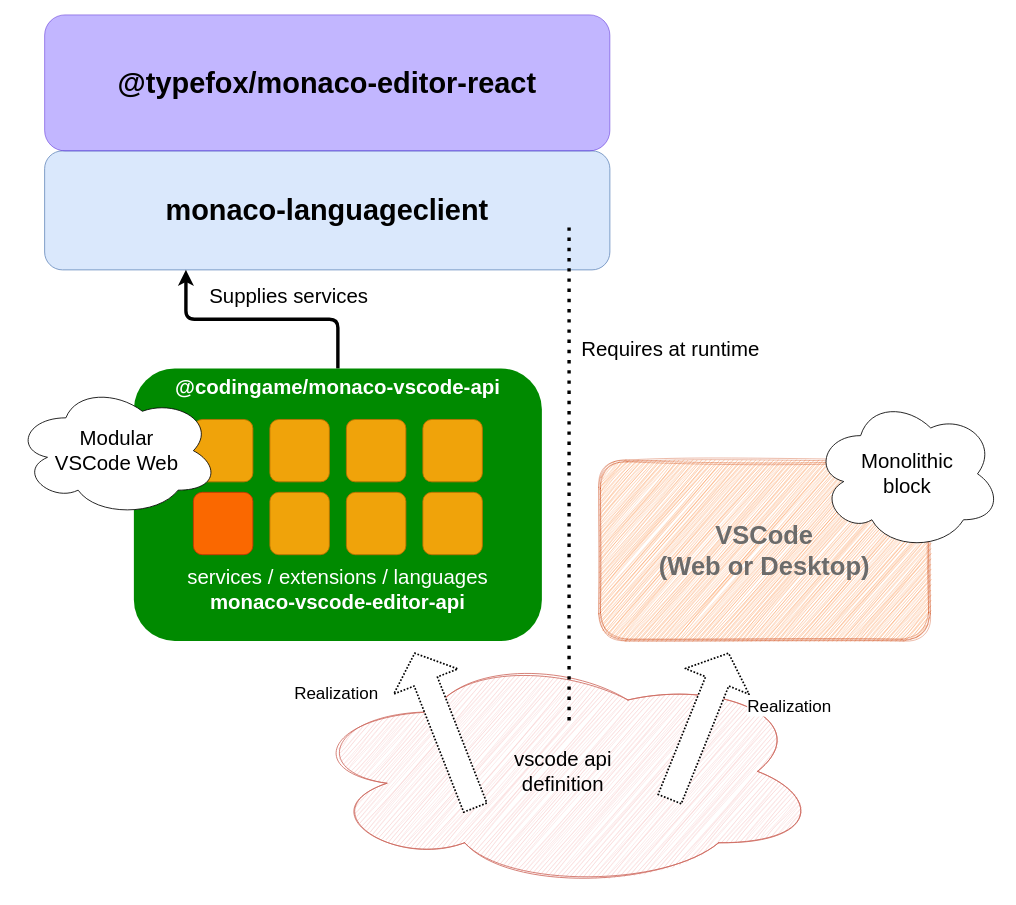
This is docs/diagrams/mlc-overview.drawio from TypeFox/monaco-languageclient, a draw.io file, before an edit. Source tidied: cells renumbered, new cells numbered last; positions are measured from the earlier drawing's top-left corner, leaving out a move shared by most shapes. Both pictures are drawn from the tidied source at 85%, with x=0, y=0 at pixel (14, 14).
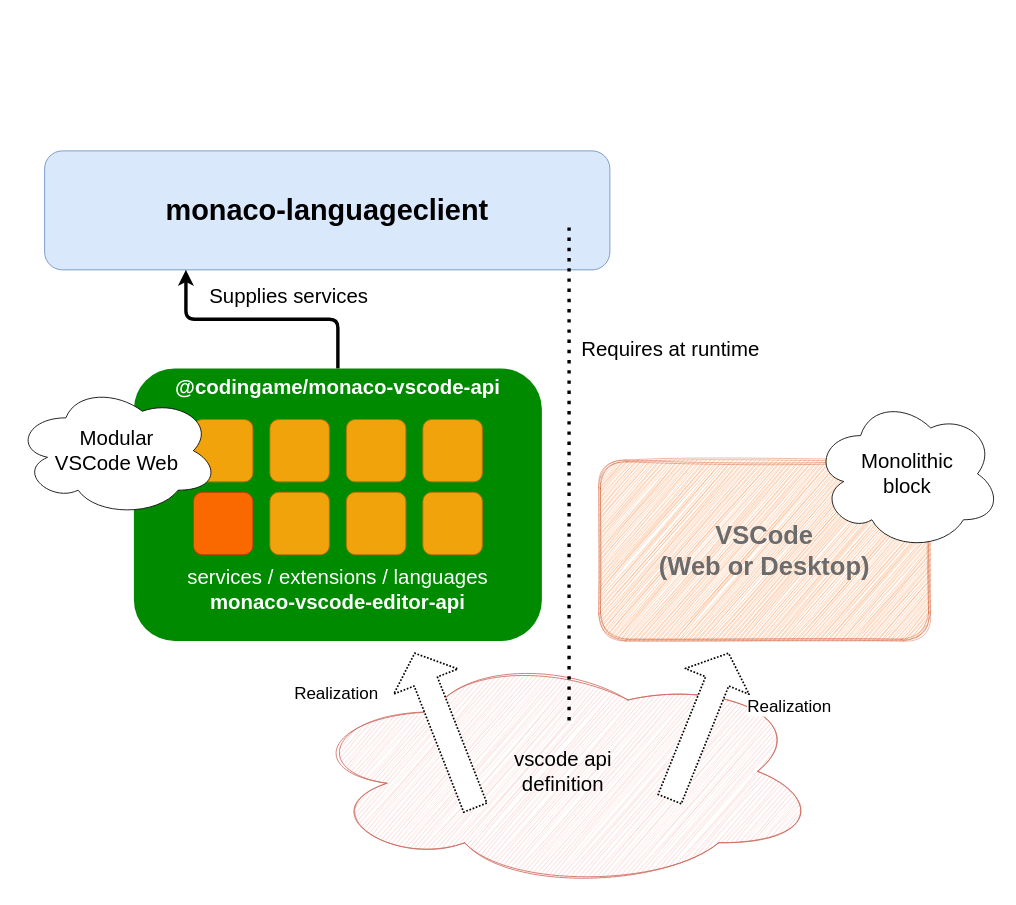
Above is the later version.

Change to the diagram source:
```diff
@@
-    <mxCell id="7" value="&lt;font style=&quot;font-size: 34px;&quot;&gt;&lt;b&gt;@typefox/monaco-editor-react&lt;/b&gt;&lt;/font&gt;" style="rounded=1;whiteSpace=wrap;html=1;fillColor=#866EFF;strokeColor=#3700CC;fontColor=light-dark(#000000, #121212);verticalAlign=middle;opacity=50;" parent="1" vertex="1">
-      <mxGeometry x="35" width="665" height="160" as="geometry" />
-    </mxCell>
```
